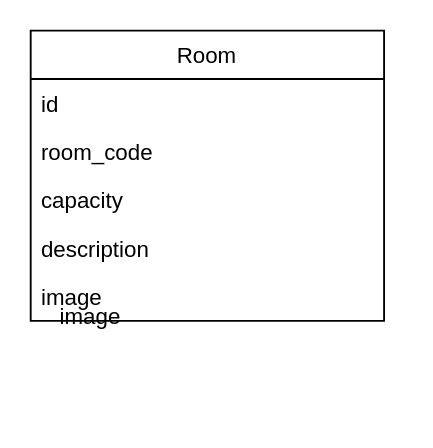
Before: Untitled Diagram.drawio in Oanh1008/Intern_java_BAP, a draw.io diagram. Source tidied: cells renumbered, new cells numbered last; positions are measured from the earlier drawing's top-left corner, leaving out a move shared by most shapes. Both pictures are drawn from the tidied source at 186%, with x=0, y=0 at pixel (30, 30).
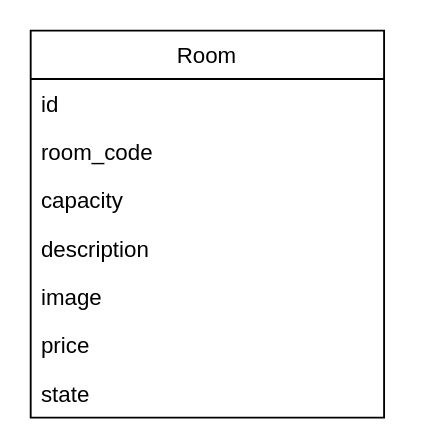
The same page after the edit.

Diff of the diagram source:
```diff
@@
 <mxGraphModel>
   <root>
     <mxCell id="0" />
     <mxCell id="1" parent="0" />
     <mxCell id="2" value="Room" style="swimlane;fontStyle=0;horizontal=1;startSize=26;fillColor=none;" parent="1" vertex="1">
-      <mxGeometry width="190" height="156" as="geometry" />
+      <mxGeometry width="190" height="208" as="geometry" />
     </mxCell>
     <mxCell id="3" value="id" style="text;strokeColor=none;fillColor=none;align=left;verticalAlign=top;spacingLeft=4;spacingRight=4;overflow=hidden;" parent="2" vertex="1">
       <mxGeometry y="26" width="190" height="26" as="geometry" />
     </mxCell>
     <mxCell id="4" value="room_code" style="text;strokeColor=none;fillColor=none;align=left;verticalAlign=top;spacingLeft=4;spacingRight=4;overflow=hidden;" parent="2" vertex="1">
       <mxGeometry y="52" width="190" height="26" as="geometry" />
     </mxCell>
     <mxCell id="5" value="capacity&#10;" style="text;strokeColor=none;fillColor=none;align=left;verticalAlign=top;spacingLeft=4;spacingRight=4;overflow=hidden;" parent="2" vertex="1">
       <mxGeometry y="78" width="190" height="26" as="geometry" />
     </mxCell>
     <mxCell id="6" value="description" style="text;strokeColor=none;fillColor=none;align=left;verticalAlign=top;spacingLeft=4;spacingRight=4;overflow=hidden;" parent="2" vertex="1">
       <mxGeometry y="104" width="190" height="26" as="geometry" />
     </mxCell>
+    <mxCell id="8" value="image" style="text;strokeColor=none;fillColor=none;align=left;verticalAlign=top;spacingLeft=4;spacingRight=4;overflow=hidden;" parent="2" vertex="1">
+      <mxGeometry y="130" width="190" height="26" as="geometry" />
+    </mxCell>
-    <mxCell id="7" value="image" style="text;strokeColor=none;fillColor=none;align=left;verticalAlign=top;spacingLeft=4;spacingRight=4;overflow=hidden;" parent="2" vertex="1">
-      <mxGeometry y="130" width="190" height="26" as="geometry" />
+    <mxCell id="7" value="price" style="text;strokeColor=none;fillColor=none;align=left;verticalAlign=top;spacingLeft=4;spacingRight=4;overflow=hidden;" parent="2" vertex="1">
+      <mxGeometry y="156" width="190" height="26" as="geometry" />
     </mxCell>
-    <mxCell id="8" value="image" style="text;strokeColor=none;fillColor=none;align=left;verticalAlign=top;spacingLeft=4;spacingRight=4;overflow=hidden;" parent="1" vertex="1">
-      <mxGeometry x="10" y="140" width="190" height="26" as="geometry" />
-    </mxCell>
+    <mxCell id="9" value="state" style="text;strokeColor=none;fillColor=none;align=left;verticalAlign=top;spacingLeft=4;spacingRight=4;overflow=hidden;" parent="2" vertex="1">
+      <mxGeometry y="182" width="190" height="26" as="geometry" />
+    </mxCell>
   </root>
 </mxGraphModel>
```
